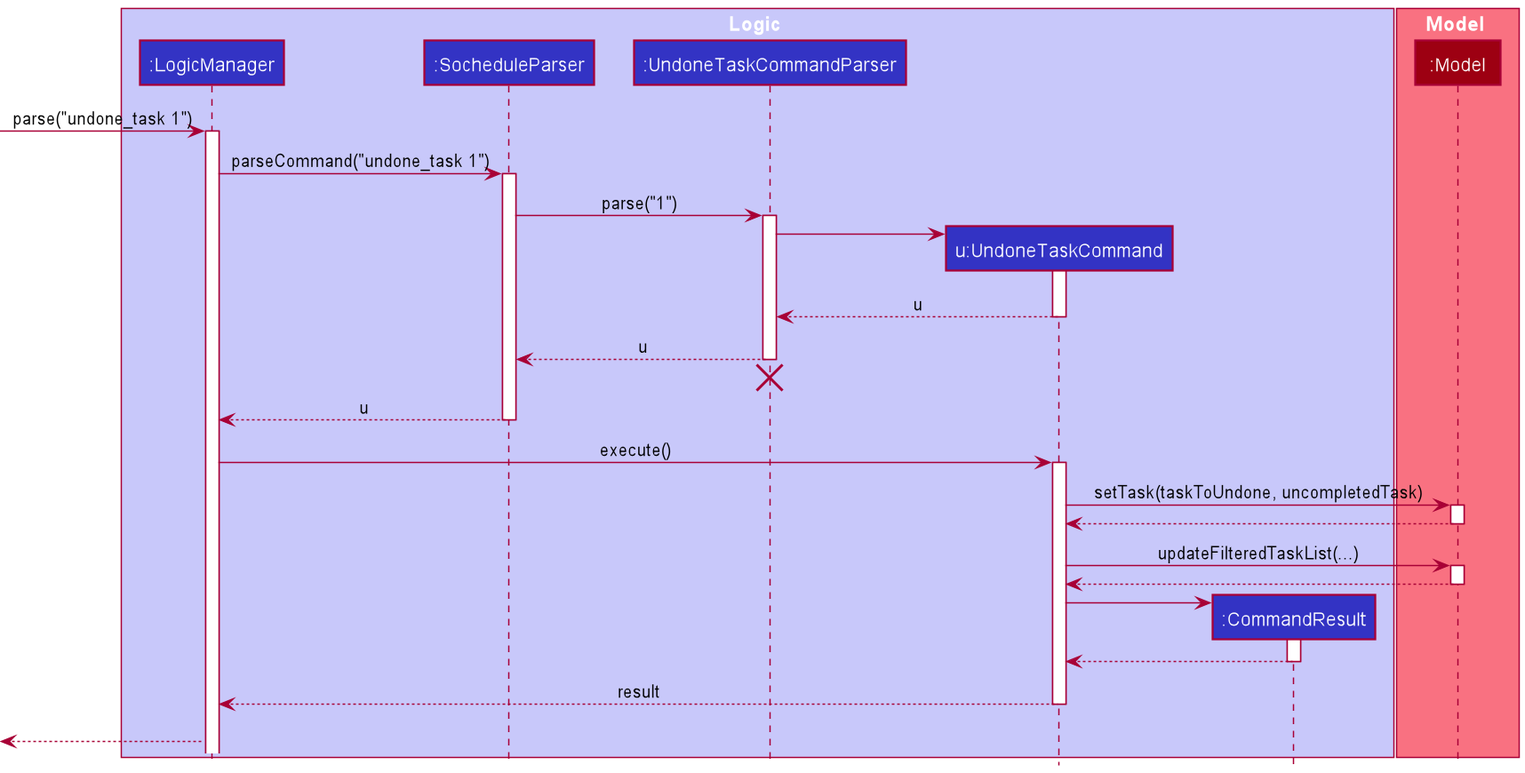
This is docs/images/UndoneTaskCommandSequenceDiagram.png from nus-cs2103-AY2021S2/tp, a PlantUML export, as it was before one commit.
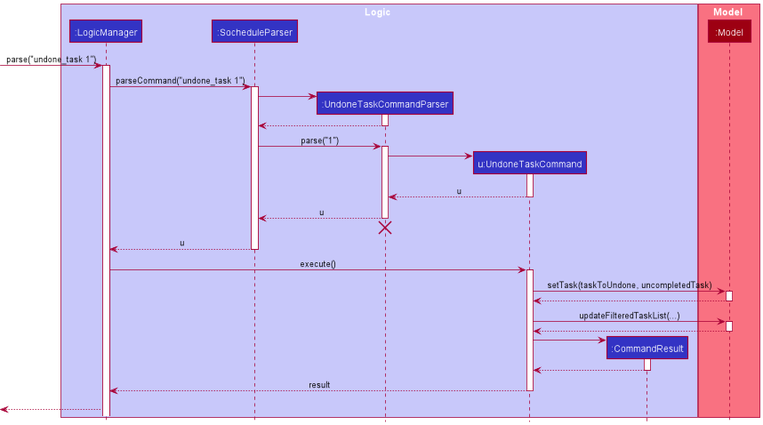
After the change.

Commit message:
Update sequence diagrams for parser

What changed in the source:
```diff
@@ -18,6 +18,12 @@
 
 LogicManager -> SocheduleParser : parseCommand("undone_task 1")
 activate SocheduleParser
+
+create UndoneTaskCommandParser
+SocheduleParser -> UndoneTaskCommandParser
+activate UndoneTaskCommandParser
+UndoneTaskCommandParser --> SocheduleParser
+deactivate UndoneTaskCommandParser
 
 SocheduleParser -> UndoneTaskCommandParser: parse("1")
 activate UndoneTaskCommandParser
```
